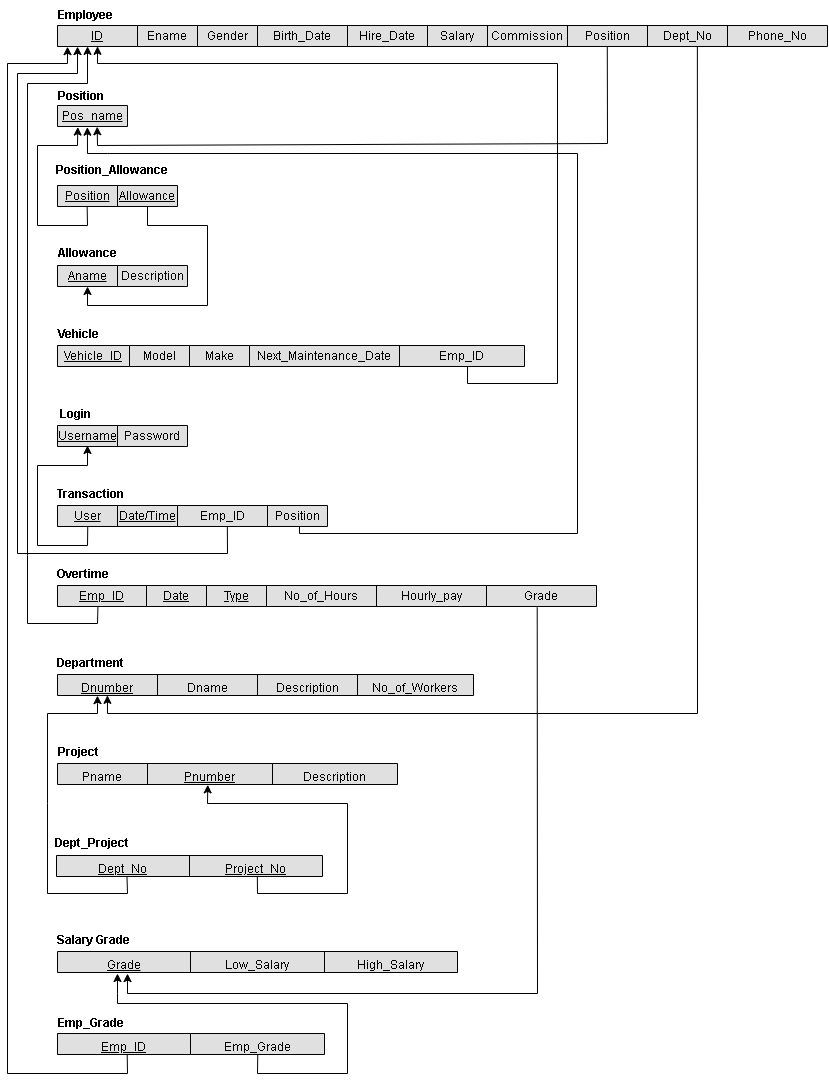
Before: Phase 1/Relational Schema.drawio.png, a diagram exported from draw.io (AhmedElkhashn/DB-project). Source tidied: cells renumbered, new cells last; positions are measured from the earlier drawing's top-left corner, leaving out a move shared by most shapes.
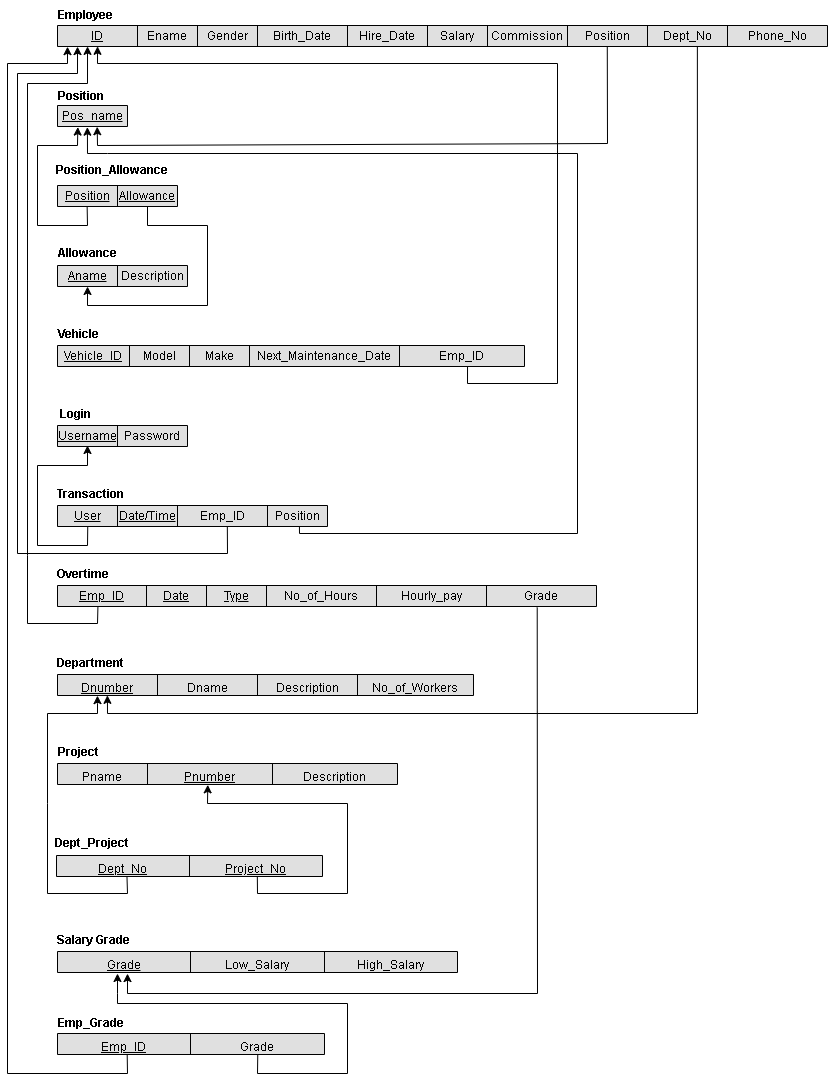
Above is the later version.

The edit, as a diff of the source:
```diff
@@ -362,7 +362,7 @@
     <mxCell id="95" value="&lt;span&gt;&lt;font style=&quot;font-size: 12px;&quot;&gt;Emp_ID&lt;/font&gt;&lt;/span&gt;" style="shape=partialRectangle;html=1;whiteSpace=wrap;strokeColor=inherit;overflow=hidden;fillColor=none;top=0;left=0;bottom=0;right=0;fontSize=16;verticalAlign=middle;horizontal=1;align=center;fontStyle=4;" parent="94" vertex="1">
       <mxGeometry width="133" height="21" as="geometry" />
     </mxCell>
-    <mxCell id="96" value="&lt;span style=&quot;font-size: 12px;&quot;&gt;Emp_Grade&lt;/span&gt;" style="shape=partialRectangle;html=1;whiteSpace=wrap;strokeColor=inherit;overflow=hidden;fillColor=none;top=0;left=0;bottom=0;right=0;fontSize=16;" parent="94" vertex="1">
+    <mxCell id="96" value="&lt;span style=&quot;font-size: 12px;&quot;&gt;Grade&lt;/span&gt;" style="shape=partialRectangle;html=1;whiteSpace=wrap;strokeColor=inherit;overflow=hidden;fillColor=none;top=0;left=0;bottom=0;right=0;fontSize=16;" parent="94" vertex="1">
       <mxGeometry x="133" width="134" height="21" as="geometry" />
     </mxCell>
     <mxCell id="97" value="&lt;b&gt;Emp_Grade&lt;/b&gt;" style="text;html=1;strokeColor=none;fillColor=none;align=center;verticalAlign=middle;whiteSpace=wrap;rounded=0;" parent="1" vertex="1">
```
